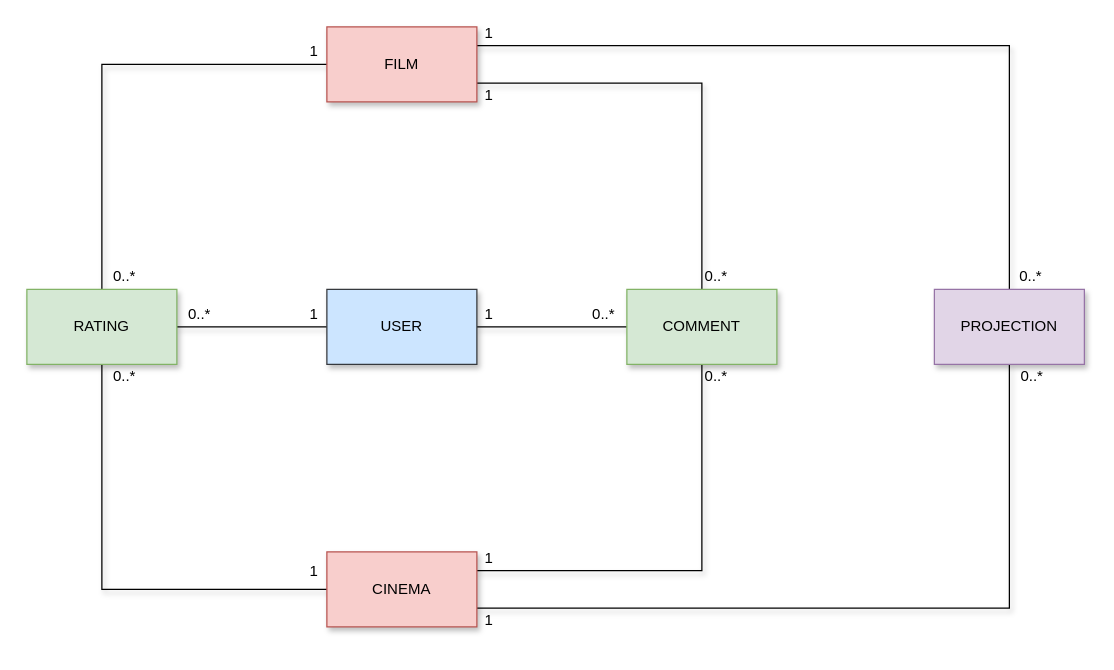
Earlier version of the draw.io diagram Task1/Class diagram.drawio (unipi-fr/LargeScaleMultiStructureDatabases). Source tidied: cells renumbered, new cells numbered last; positions are measured from the earlier drawing's top-left corner, leaving out a move shared by most shapes. Both pictures are drawn from the tidied source at 125%, with x=0, y=0 at pixel (26, 26).
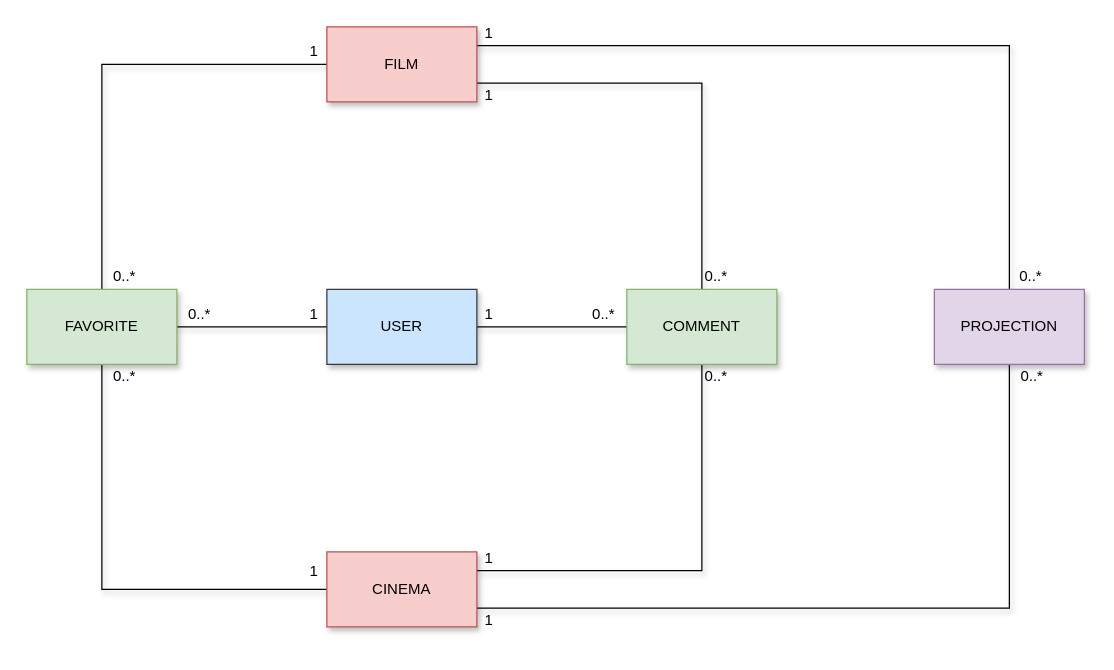
Above is the later version.

Diff of the diagram source:
```diff
@@
-    <mxCell id="30" value="RATING" style="rounded=0;whiteSpace=wrap;html=1;fillColor=#d5e8d4;strokeColor=#82b366;shadow=1;" parent="1" vertex="1">
+    <mxCell id="30" value="FAVORITE" style="rounded=0;whiteSpace=wrap;html=1;fillColor=#d5e8d4;strokeColor=#82b366;shadow=1;" parent="1" vertex="1">
       <mxGeometry y="210" width="120" height="60" as="geometry" />
     </mxCell>
```
